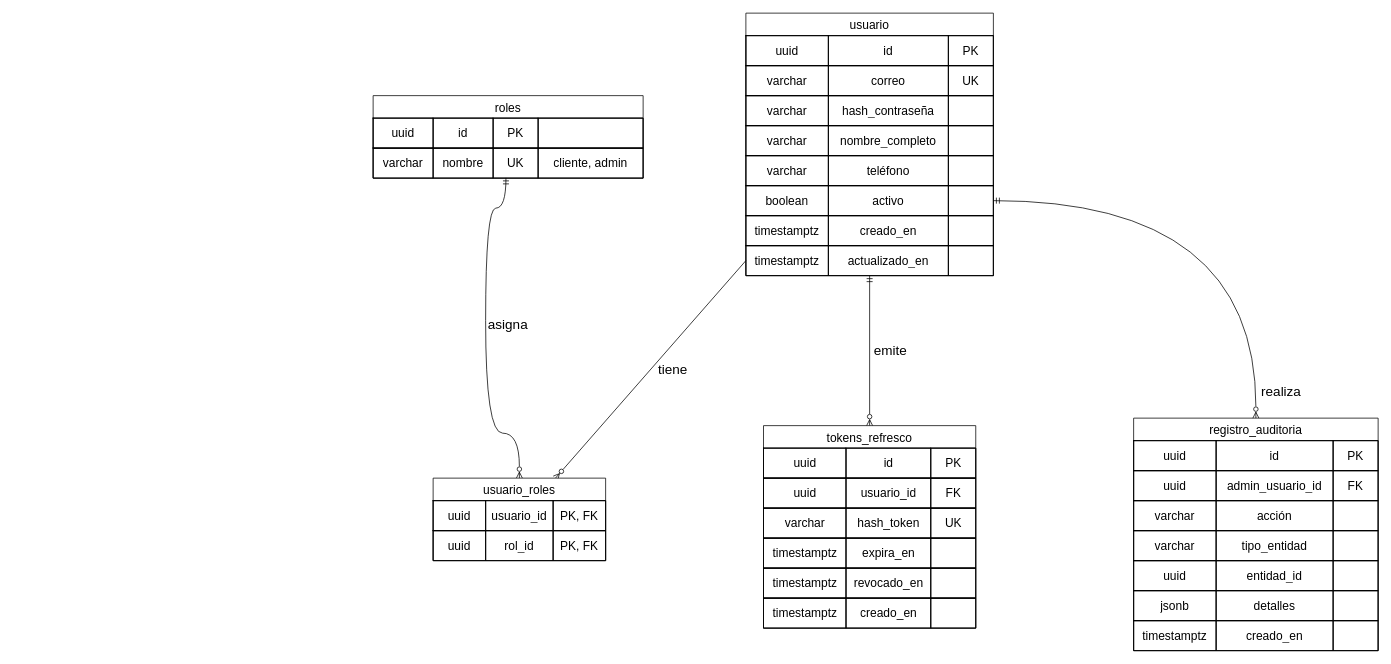
This is Databases/docs/er-security_db.drawio from AgudeloAlexander623/PerfumesPAYDAY, a draw.io file, before an edit. Source tidied: cells renumbered, new cells numbered last; positions are measured from the earlier drawing's top-left corner, leaving out a move shared by most shapes. Both pictures are drawn from the tidied source at 75%, with x=0, y=0 at pixel (373, 13).
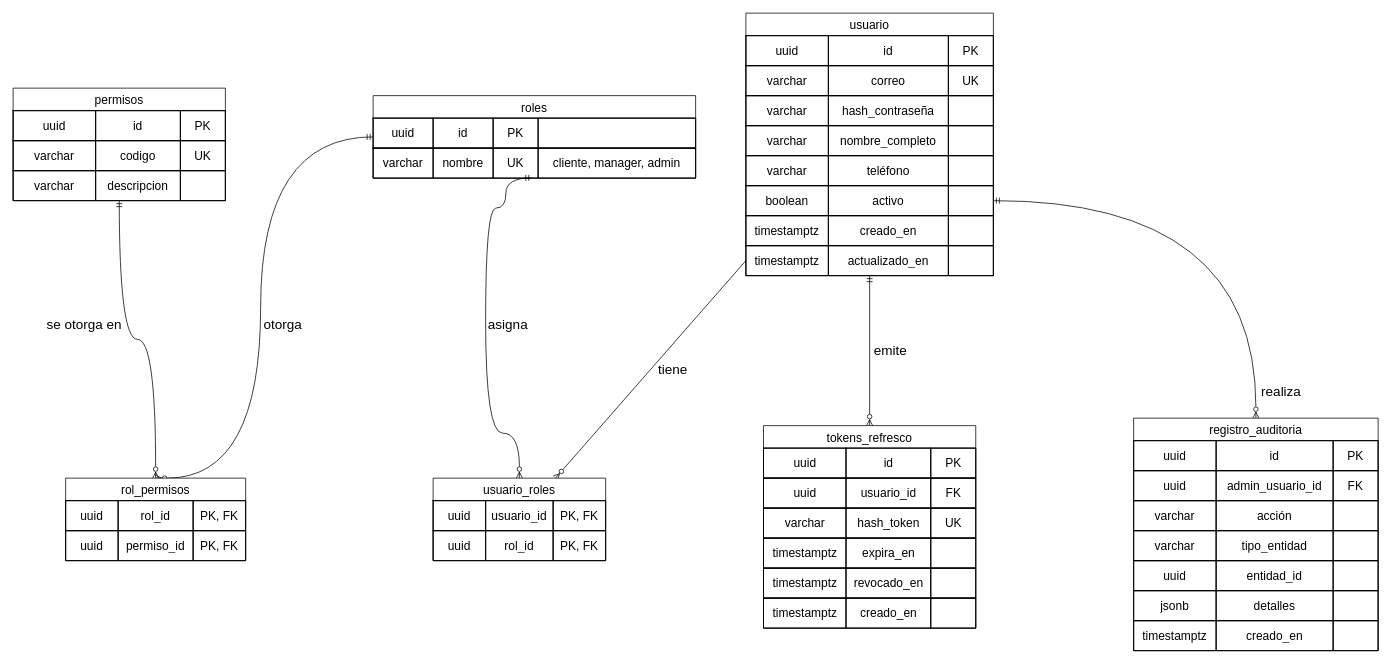
The same page after the edit.

Commit message:
permisos de manager actualizados en el er-security

What changed in the source:
```diff
@@
+    <mxCell id="117" style="edgeStyle=orthogonalEdgeStyle;html=1;entryX=0.5;entryY=0;entryDx=0;entryDy=0;curved=1;curveGeometry=1;endArrow=ERzeroToMany;endFill=0;startArrow=ERmandOne;startFill=0;" parent="1" edge="1" source="3" target="118">
+      <mxGeometry relative="1" as="geometry">
+        <Array as="points">
+          <mxPoint x="-150" y="165" />
+          <mxPoint x="-150" y="620" />
+        </Array>
+      </mxGeometry>
+    </mxCell>
     <mxCell id="3" value="roles" style="shape=table;tableRender=collapsed;startSize=30;childLayout=tableLayout;strokeColor=default;fontSize=16;" parent="1" vertex="1">
-      <mxGeometry y="110" width="360" height="110" as="geometry" />
+      <mxGeometry y="110" width="430" height="110" as="geometry" />
     </mxCell>
     <mxCell id="4" style="shape=tableRow;horizontal=0;startSize=0;swimlaneHead=0;swimlaneBody=0;strokeColor=inherit;fillColor=none;fontSize=16;" parent="3" vertex="1">
-      <mxGeometry y="30" width="360" height="40" as="geometry" />
+      <mxGeometry y="30" width="430" height="40" as="geometry" />
     </mxCell>
@@
     <mxCell id="8" style="shape=partialRectangle;html=1;whiteSpace=wrap;strokeColor=inherit;overflow=hidden;fillColor=none;fontSize=16;" parent="4" vertex="1">
-      <mxGeometry x="220" width="140" height="40" as="geometry" />
+      <mxGeometry x="220" width="210" height="40" as="geometry" />
     </mxCell>
     <mxCell id="9" style="shape=tableRow;horizontal=0;startSize=0;swimlaneHead=0;swimlaneBody=0;strokeColor=inherit;fillColor=none;points=[[0,0.5],[1,0.5]];portConstraint=eastwest;fontSize=16;" parent="3" vertex="1">
-      <mxGeometry y="70" width="360" height="40" as="geometry" />
+      <mxGeometry y="70" width="430" height="40" as="geometry" />
     </mxCell>
@@
-    <mxCell id="13" value="cliente, admin" style="shape=partialRectangle;html=1;whiteSpace=wrap;strokeColor=inherit;overflow=hidden;fillColor=none;fontSize=16;" parent="9" vertex="1">
-      <mxGeometry x="220" width="140" height="40" as="geometry" />
+    <mxCell id="13" value="cliente, manager, admin" style="shape=partialRectangle;html=1;whiteSpace=wrap;strokeColor=inherit;overflow=hidden;fillColor=none;fontSize=16;" parent="9" vertex="1">
+      <mxGeometry x="220" width="210" height="40" as="geometry" />
     </mxCell>
@@
+    <mxCell id="118" value="rol_permisos" style="shape=table;tableRender=collapsed;startSize=30;childLayout=tableLayout;strokeColor=default;fontSize=16;" parent="1" vertex="1">
+      <mxGeometry x="-410" y="620" width="240" height="110" as="geometry" />
+    </mxCell>
+    <mxCell id="119" style="shape=tableRow;horizontal=0;startSize=0;swimlaneHead=0;swimlaneBody=0;strokeColor=inherit;fillColor=none;fontSize=16;" parent="118" vertex="1">
+      <mxGeometry y="30" width="240" height="40" as="geometry" />
+    </mxCell>
+    <mxCell id="120" value="uuid" style="shape=partialRectangle;html=1;whiteSpace=wrap;strokeColor=inherit;overflow=hidden;fillColor=none;fontSize=16;" parent="119" vertex="1">
+      <mxGeometry width="70" height="40" as="geometry" />
+    </mxCell>
+    <mxCell id="121" value="rol_id" style="shape=partialRectangle;html=1;whiteSpace=wrap;strokeColor=inherit;overflow=hidden;fillColor=none;fontSize=16;" parent="119" vertex="1">
+      <mxGeometry x="70" width="100" height="40" as="geometry" />
+    </mxCell>
+    <mxCell id="122" value="PK, FK" style="shape=partialRectangle;html=1;whiteSpace=wrap;strokeColor=inherit;overflow=hidden;fillColor=none;fontSize=16;" parent="119" vertex="1">
+      <mxGeometry x="170" width="70" height="40" as="geometry" />
+    </mxCell>
+    <mxCell id="123" style="shape=tableRow;horizontal=0;startSize=0;swimlaneHead=0;swimlaneBody=0;strokeColor=inherit;fillColor=none;fontSize=16;" parent="118" vertex="1">
+      <mxGeometry y="70" width="240" height="40" as="geometry" />
+    </mxCell>
+    <mxCell id="124" value="uuid" style="shape=partialRectangle;html=1;whiteSpace=wrap;strokeColor=inherit;overflow=hidden;fillColor=none;fontSize=16;" parent="123" vertex="1">
+      <mxGeometry width="70" height="40" as="geometry" />
+    </mxCell>
+    <mxCell id="125" value="permiso_id" style="shape=partialRectangle;html=1;whiteSpace=wrap;strokeColor=inherit;overflow=hidden;fillColor=none;fontSize=16;" parent="123" vertex="1">
+      <mxGeometry x="70" width="100" height="40" as="geometry" />
+    </mxCell>
+    <mxCell id="126" value="PK, FK" style="shape=partialRectangle;html=1;whiteSpace=wrap;strokeColor=inherit;overflow=hidden;fillColor=none;fontSize=16;" parent="123" vertex="1">
+      <mxGeometry x="170" width="70" height="40" as="geometry" />
+    </mxCell>
+    <mxCell id="127" style="edgeStyle=orthogonalEdgeStyle;html=1;curved=1;curveGeometry=1;endArrow=ERzeroToMany;endFill=0;startArrow=ERmandOne;startFill=0;" parent="1" edge="1" source="128" target="118">
+      <mxGeometry relative="1" as="geometry" />
+    </mxCell>
+    <mxCell id="128" value="permisos" style="shape=table;tableRender=collapsed;startSize=30;childLayout=tableLayout;strokeColor=default;fontSize=16;" parent="1" vertex="1">
+      <mxGeometry x="-480" y="100" width="283" height="150" as="geometry" />
+    </mxCell>
+    <mxCell id="129" style="shape=tableRow;horizontal=0;startSize=0;swimlaneHead=0;swimlaneBody=0;strokeColor=inherit;fillColor=none;fontSize=16;" parent="128" vertex="1">
+      <mxGeometry y="30" width="283" height="40" as="geometry" />
+    </mxCell>
+    <mxCell id="130" value="uuid" style="shape=partialRectangle;html=1;whiteSpace=wrap;strokeColor=inherit;overflow=hidden;fillColor=none;fontSize=16;" parent="129" vertex="1">
+      <mxGeometry width="110" height="40" as="geometry" />
+    </mxCell>
+    <mxCell id="131" value="id" style="shape=partialRectangle;html=1;whiteSpace=wrap;strokeColor=inherit;overflow=hidden;fillColor=none;fontSize=16;" parent="129" vertex="1">
+      <mxGeometry x="110" width="113" height="40" as="geometry" />
+    </mxCell>
+    <mxCell id="132" value="PK" style="shape=partialRectangle;html=1;whiteSpace=wrap;strokeColor=inherit;overflow=hidden;fillColor=none;fontSize=16;" parent="129" vertex="1">
+      <mxGeometry x="223" width="60" height="40" as="geometry" />
+    </mxCell>
+    <mxCell id="133" style="shape=tableRow;horizontal=0;startSize=0;swimlaneHead=0;swimlaneBody=0;strokeColor=inherit;fillColor=none;fontSize=16;" parent="128" vertex="1">
+      <mxGeometry y="70" width="283" height="40" as="geometry" />
+    </mxCell>
+    <mxCell id="134" value="varchar" style="shape=partialRectangle;html=1;whiteSpace=wrap;strokeColor=inherit;overflow=hidden;fillColor=none;fontSize=16;" parent="133" vertex="1">
+      <mxGeometry width="110" height="40" as="geometry" />
+    </mxCell>
+    <mxCell id="135" value="codigo" style="shape=partialRectangle;html=1;whiteSpace=wrap;strokeColor=inherit;overflow=hidden;fillColor=none;fontSize=16;" parent="133" vertex="1">
+      <mxGeometry x="110" width="113" height="40" as="geometry" />
+    </mxCell>
+    <mxCell id="136" value="UK" style="shape=partialRectangle;html=1;whiteSpace=wrap;strokeColor=inherit;overflow=hidden;fillColor=none;fontSize=16;" parent="133" vertex="1">
+      <mxGeometry x="223" width="60" height="40" as="geometry" />
+    </mxCell>
+    <mxCell id="137" style="shape=tableRow;horizontal=0;startSize=0;swimlaneHead=0;swimlaneBody=0;strokeColor=inherit;fillColor=none;fontSize=16;" parent="128" vertex="1">
+      <mxGeometry y="110" width="283" height="40" as="geometry" />
+    </mxCell>
+    <mxCell id="138" value="varchar" style="shape=partialRectangle;html=1;whiteSpace=wrap;strokeColor=inherit;overflow=hidden;fillColor=none;fontSize=16;" parent="137" vertex="1">
+      <mxGeometry width="110" height="40" as="geometry" />
+    </mxCell>
+    <mxCell id="139" value="descripcion" style="shape=partialRectangle;html=1;whiteSpace=wrap;strokeColor=inherit;overflow=hidden;fillColor=none;fontSize=16;" parent="137" vertex="1">
+      <mxGeometry x="110" width="113" height="40" as="geometry" />
+    </mxCell>
+    <mxCell id="140" style="shape=partialRectangle;html=1;whiteSpace=wrap;strokeColor=inherit;overflow=hidden;fillColor=none;fontSize=16;" parent="137" vertex="1">
+      <mxGeometry x="223" width="60" height="40" as="geometry" />
+    </mxCell>
+    <mxCell id="141" value="&lt;font style=&quot;font-size: 18px;&quot;&gt;otorga&lt;/font&gt;" style="text;html=1;whiteSpace=wrap;strokeColor=none;fillColor=none;align=center;verticalAlign=middle;rounded=0;" parent="1" vertex="1">
+      <mxGeometry x="-150" y="400" width="60" height="30" as="geometry" />
+    </mxCell>
+    <mxCell id="142" value="&lt;font style=&quot;font-size: 18px;&quot;&gt;se otorga en&lt;/font&gt;" style="text;html=1;whiteSpace=wrap;strokeColor=none;fillColor=none;align=center;verticalAlign=middle;rounded=0;" parent="1" vertex="1">
+      <mxGeometry x="-440" y="400" width="110" height="30" as="geometry" />
+    </mxCell>
```
